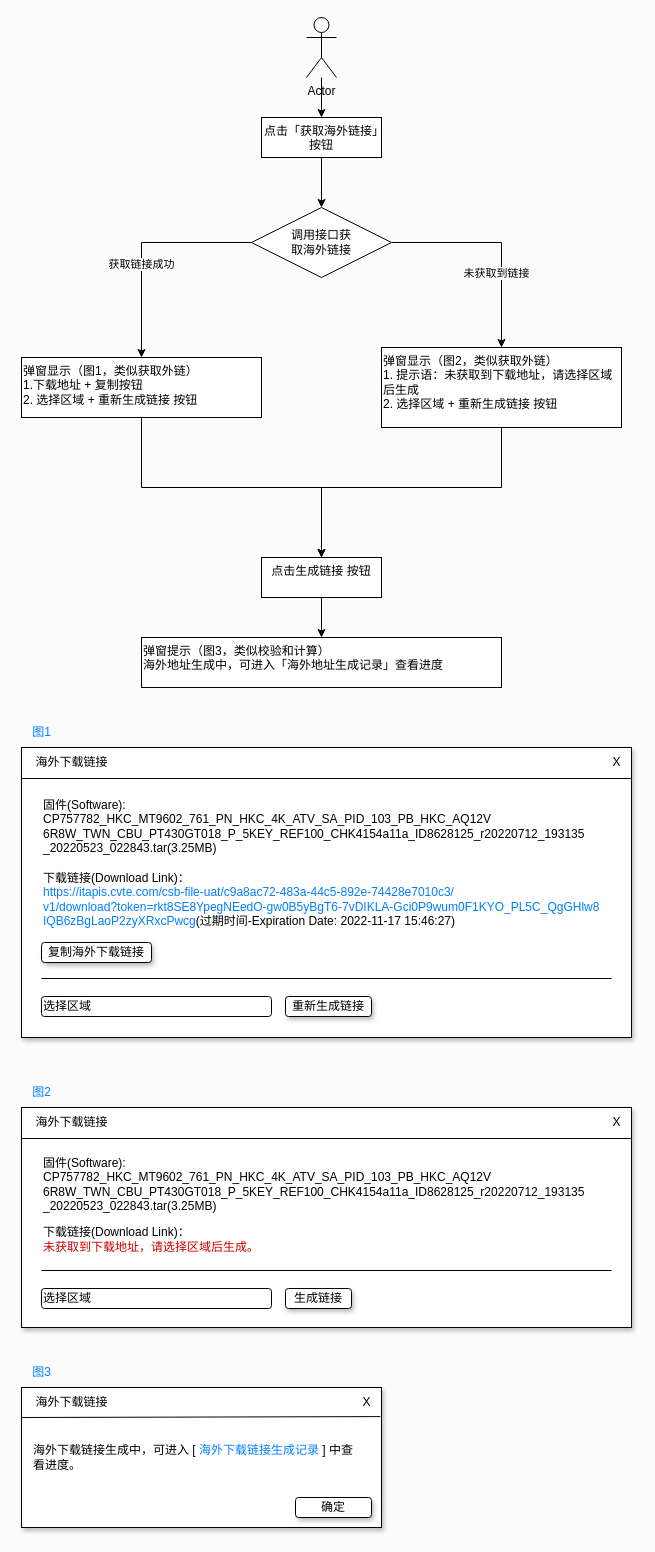
The draw.io diagram Get Overseas Url.drawio in SikyChen/diagrams, before the edit. Source tidied: cells renumbered, new cells numbered last; positions are measured from the earlier drawing's top-left corner, leaving out a move shared by most shapes. Both pictures are drawn from the tidied source at 100%, with x=0, y=0 at pixel (21, 17).
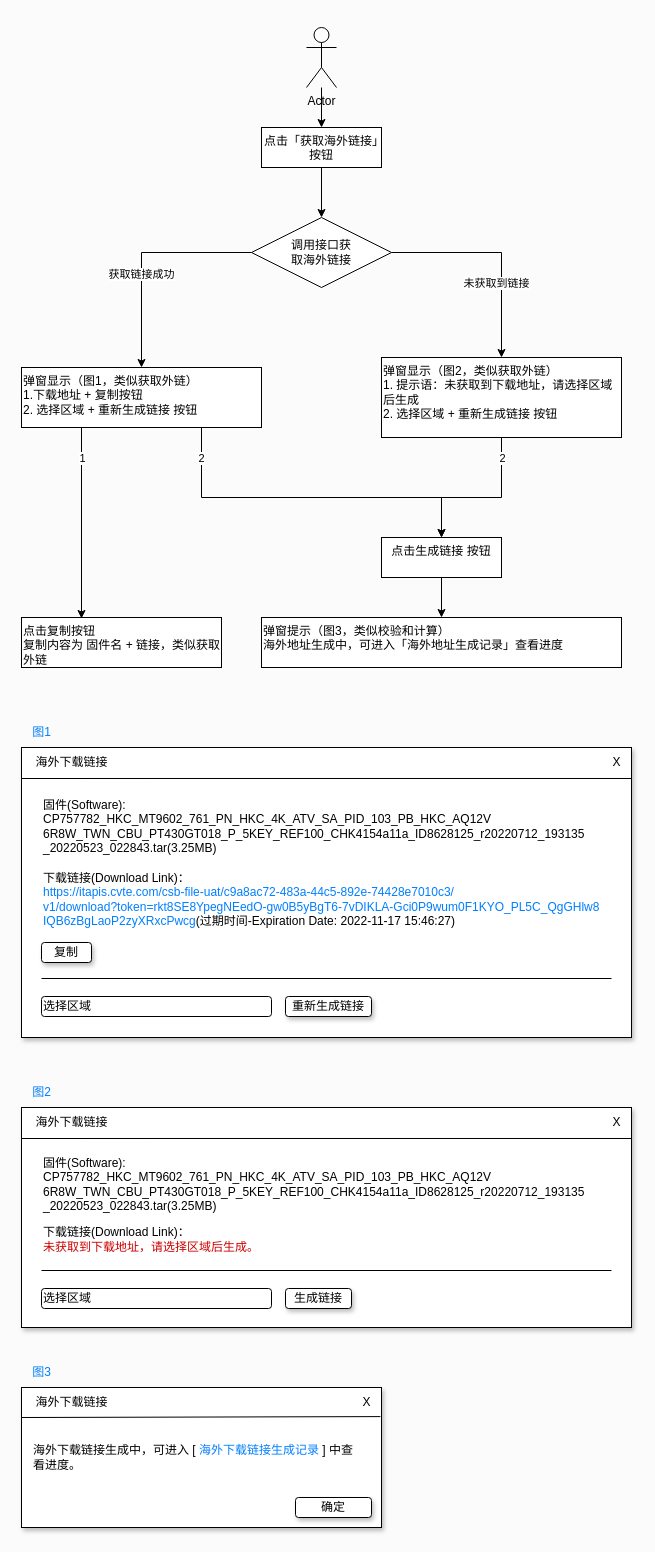
The same diagram, later.

Commit message:
add: Get Overseas Url

The edit, as a diff of the source:
```diff
@@
     <mxCell id="3" value="Actor" style="shape=umlActor;verticalLabelPosition=bottom;verticalAlign=top;html=1;outlineConnect=0;" parent="1" vertex="1">
-      <mxGeometry x="285" width="30" height="60" as="geometry" />
+      <mxGeometry x="285" y="10" width="30" height="60" as="geometry" />
     </mxCell>
@@
     <mxCell id="5" value="点击「获取海外链接」按钮" style="whiteSpace=wrap;html=1;verticalAlign=top;" parent="1" vertex="1">
-      <mxGeometry x="240" y="100" width="120" height="40" as="geometry" />
+      <mxGeometry x="240" y="110" width="120" height="40" as="geometry" />
     </mxCell>
@@
     <mxCell id="9" value="&lt;br&gt;调用接口获&lt;br&gt;取海外链接" style="rhombus;whiteSpace=wrap;html=1;verticalAlign=top;" parent="1" vertex="1">
-      <mxGeometry x="230" y="190" width="140" height="70" as="geometry" />
+      <mxGeometry x="230" y="200" width="140" height="70" as="geometry" />
     </mxCell>
     <mxCell id="10" style="edgeStyle=orthogonalEdgeStyle;rounded=0;jettySize=auto;html=1;exitX=0.5;exitY=1;exitDx=0;exitDy=0;entryX=0.5;entryY=0;entryDx=0;entryDy=0;" parent="1" edge="1" source="11" target="15">
       <mxGeometry relative="1" as="geometry">
         <Array as="points">
-          <mxPoint x="480" y="470" />
-          <mxPoint x="300" y="470" />
+          <mxPoint x="480" y="480" />
+          <mxPoint x="420" y="480" />
         </Array>
       </mxGeometry>
     </mxCell>
+    <mxCell id="47" value="2" style="edgeLabel;html=1;align=center;verticalAlign=middle;" parent="10" vertex="1">
+      <mxGeometry x="-0.7" relative="1" as="geometry">
+        <mxPoint y="-4" as="offset" />
+      </mxGeometry>
+    </mxCell>
     <mxCell id="11" value="弹窗显示（图2，类似获取外链）&lt;br&gt;1. 提示语：未获取到下载地址，请选择区域后生成&lt;br&gt;2. 选择区域 + 重新生成链接 按钮" style="whiteSpace=wrap;html=1;verticalAlign=top;align=left;" parent="1" vertex="1">
-      <mxGeometry x="360" y="330" width="240" height="80" as="geometry" />
+      <mxGeometry x="360" y="340" width="240" height="80" as="geometry" />
     </mxCell>
-    <mxCell id="12" style="edgeStyle=orthogonalEdgeStyle;rounded=0;jettySize=auto;html=1;exitX=0.5;exitY=1;exitDx=0;exitDy=0;entryX=0.5;entryY=0;entryDx=0;entryDy=0;" parent="1" edge="1" source="13" target="15">
-      <mxGeometry relative="1" as="geometry" />
+    <mxCell id="12" style="edgeStyle=orthogonalEdgeStyle;rounded=0;jettySize=auto;html=1;exitX=0.75;exitY=1;exitDx=0;exitDy=0;entryX=0.5;entryY=0;entryDx=0;entryDy=0;" parent="1" edge="1" source="13" target="15">
+      <mxGeometry relative="1" as="geometry">
+        <Array as="points">
+          <mxPoint x="180" y="480" />
+          <mxPoint x="420" y="480" />
+        </Array>
+      </mxGeometry>
     </mxCell>
+    <mxCell id="48" value="2" style="edgeLabel;html=1;align=center;verticalAlign=middle;" parent="12" vertex="1">
+      <mxGeometry x="-0.83" y="-1" relative="1" as="geometry" />
+    </mxCell>
+    <mxCell id="49" style="edgeStyle=none;html=1;exitX=0.25;exitY=1;exitDx=0;exitDy=0;entryX=0.3;entryY=0.02;entryDx=0;entryDy=0;entryPerimeter=0;" parent="1" edge="1" source="13" target="51">
+      <mxGeometry relative="1" as="geometry" />
+    </mxCell>
+    <mxCell id="50" value="1" style="edgeLabel;html=1;align=center;verticalAlign=middle;" parent="49" vertex="1">
+      <mxGeometry x="-0.69" relative="1" as="geometry" />
+    </mxCell>
     <mxCell id="13" value="弹窗显示（图1，类似获取外链）&lt;br&gt;1.下载地址 + 复制按钮&lt;br&gt;&lt;div style=&quot;&quot;&gt;&lt;span style=&quot;background-color: initial;&quot;&gt;2. 选择区域 + 重新生成链接 按钮&lt;/span&gt;&lt;/div&gt;" style="whiteSpace=wrap;html=1;verticalAlign=top;align=left;" parent="1" vertex="1">
-      <mxGeometry y="340" width="240" height="60" as="geometry" />
+      <mxGeometry y="350" width="240" height="60" as="geometry" />
     </mxCell>
@@
     <mxCell id="15" value="点击生成链接 按钮" style="whiteSpace=wrap;html=1;verticalAlign=top;" parent="1" vertex="1">
-      <mxGeometry x="240" y="540" width="120" height="40" as="geometry" />
+      <mxGeometry x="360" y="520" width="120" height="40" as="geometry" />
     </mxCell>
     <mxCell id="16" value="弹窗提示（图3，类似校验和计算）&lt;br&gt;海外地址生成中，可进入「海外地址生成记录」查看进度" style="whiteSpace=wrap;html=1;verticalAlign=top;align=left;" parent="1" vertex="1">
-      <mxGeometry x="120" y="620" width="360" height="50" as="geometry" />
+      <mxGeometry x="240" y="600" width="360" height="50" as="geometry" />
     </mxCell>
@@
-    <mxCell id="43" value="复制海外下载链接" style="rounded=1;whiteSpace=wrap;html=1;shadow=1;" parent="1" vertex="1">
-      <mxGeometry x="20" y="925" width="110" height="20" as="geometry" />
+    <mxCell id="43" value="复制" style="rounded=1;whiteSpace=wrap;html=1;shadow=1;" parent="1" vertex="1">
+      <mxGeometry x="20" y="925" width="50" height="20" as="geometry" />
     </mxCell>
@@
+    <mxCell id="51" value="点击复制按钮&lt;br&gt;复制内容为 固件名 + 链接，类似获取外链" style="whiteSpace=wrap;html=1;align=left;verticalAlign=top;" parent="1" vertex="1">
+      <mxGeometry y="600" width="200" height="50" as="geometry" />
+    </mxCell>
```
